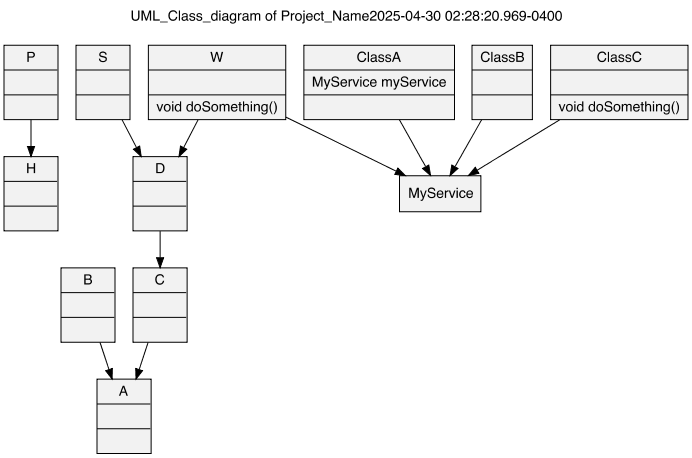
Earlier version of the Graphviz export Testing/classAnalyzer/ClassAnalyzer/uml_class_diagram.png (alejandrosubero/Unit_Test). Its source is kept beside it as Testing/classAnalyzer/ClassAnalyzer/uml_class_diagram.dot. The source it was exported from:
```dot
digraph "UML_Class_diagram" {
graph ["label"="UML_Class_diagram of Project_Name2025-04-30 02:28:20.969 -0400\n\n","labelloc"="t","fontname"="Helvetica,Arial,sans-serif"]
node ["fontname"="Helvetica,Arial,sans-serif","shape"="record","style"="filled","fillcolor"="gray95"]
"P" ["label"="{P||}"]
"A" ["label"="{A||}"]
"B" ["label"="{B||}"]
"C" ["label"="{C||}"]
"S" ["label"="{S||}"]
"D" ["label"="{D||}"]
"W" ["label"="{W||void doSomething()\l}"]
"H" ["label"="{H||}"]
"ClassA" ["label"="{ClassA|MyService myService\l|}"]
"ClassB" ["label"="{ClassB||}"]
"ClassC" ["label"="{ClassC||void doSomething()\l}"]
"MyService" ["label"="{MyService}"]
"P" -> "H"
"B" -> "A"
"C" -> "A"
"S" -> "D"
"D" -> "C"
"W" -> "MyService"
"W" -> "D"
"ClassA" -> "MyService"
"ClassB" -> "MyService"
"ClassC" -> "MyService"
}
```
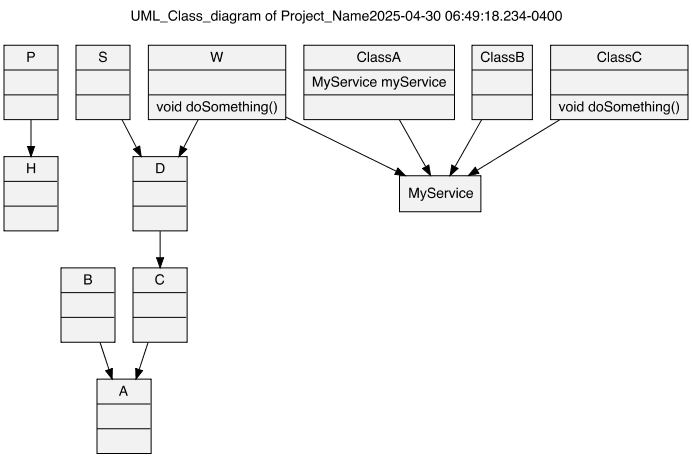
Above is the later version.

Diff of the diagram source:
```diff
@@ -1,5 +1,5 @@
 digraph "UML_Class_diagram" {
-graph ["label"="UML_Class_diagram of Project_Name2025-04-30 02:28:20.969 -0400\n\n","labelloc"="t","fontname"="Helvetica,Arial,sans-serif"]
+graph ["label"="UML_Class_diagram of Project_Name2025-04-30 06:49:18.234 -0400\n\n","labelloc"="t","fontname"="Helvetica,Arial,sans-serif"]
 node ["fontname"="Helvetica,Arial,sans-serif","shape"="record","style"="filled","fillcolor"="gray95"]
 "P" ["label"="{P||}"]
 "A" ["label"="{A||}"]
```
